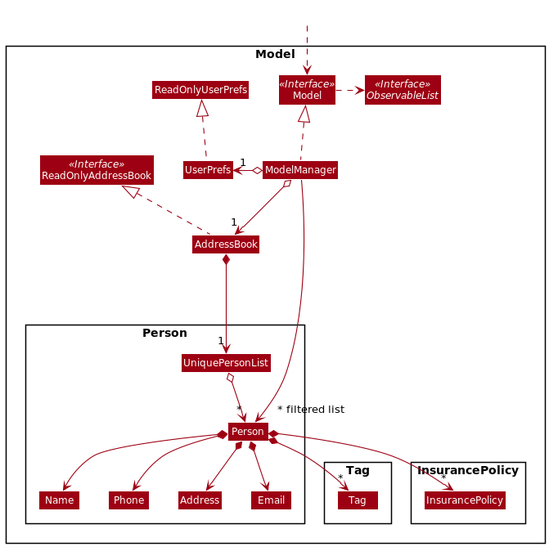
Before: docs/images/ModelClassDiagram.png, a diagram exported from PlantUML (nus-cs2103-AY2021S2/tp).
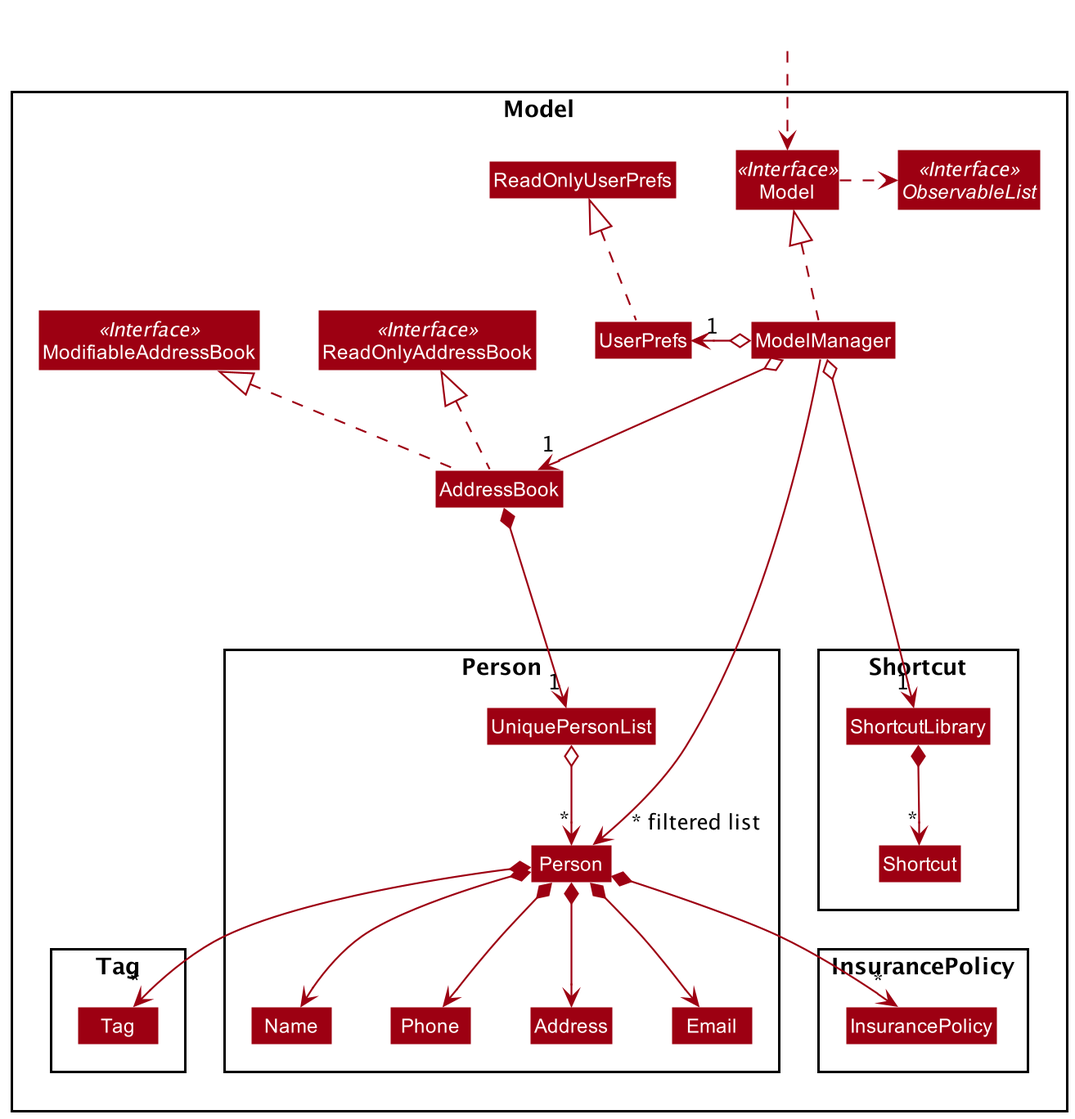
Above is the later version.

Commit message:
Update DG to include shortcut feature (#185)

What changed in the source:
```diff
@@ -5,10 +5,12 @@
 skinparam classBackgroundColor MODEL_COLOR
 
 Package Model <<Rectangle>>{
+Interface ModifiableAddressBook <<Interface>>
 Interface ReadOnlyAddressBook <<Interface>>
 Interface Model <<Interface>>
 Interface ObservableList <<Interface>>
 Class AddressBook
+Class ModifiableAddressBook
 Class ReadOnlyAddressBook
 Class Model
 Class ModelManager
@@ -31,17 +33,24 @@
 Package InsurancePolicy {
 Class InsurancePolicy
 }
+
+Package Shortcut {
+Class Shortcut
+Class ShortcutLibrary
+}
 }
 
 Class HiddenOutside #FFFFFF
 HiddenOutside ..> Model
 
+AddressBook .up.|> ModifiableAddressBook
 AddressBook .up.|> ReadOnlyAddressBook
 
 ModelManager .up.|> Model
 Model .right.> ObservableList
 ModelManager o--> "1" AddressBook
 ModelManager o-left-> "1" UserPrefs
+ModelManager o-right-> "1" ShortcutLibrary
 UserPrefs .up.|> ReadOnlyUserPrefs
 
 AddressBook *--> "1" UniquePersonList
@@ -53,9 +62,13 @@
 Person *--> "*" Tag
 Person *--> "*" InsurancePolicy
 
+ShortcutLibrary *--> "*" Shortcut
+
 Name -[hidden]right-> Phone
 Phone -[hidden]right-> Address
 Address -[hidden]right-> Email
+UniquePersonList -[hidden]right-> ShortcutLibrary
+Shortcut -[hidden]down-> InsurancePolicy
 
 ModelManager ----->" ~* filtered list" Person
 @enduml
```
